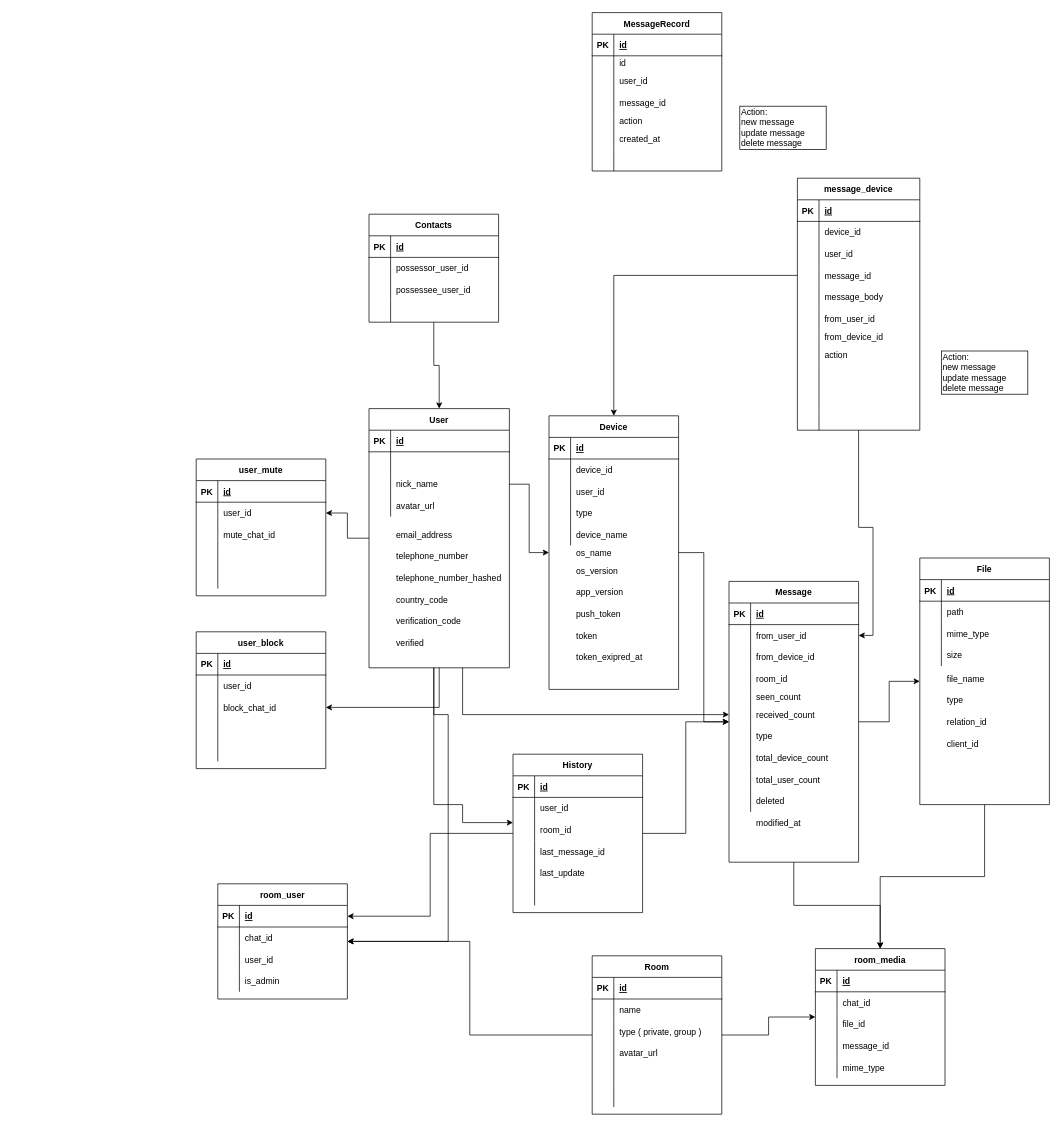
Before: documents/database.drawio in cloverstudio/Spika3, a draw.io diagram. Source tidied: cells renumbered, new cells numbered last; positions are measured from the earlier drawing's top-left corner, leaving out a move shared by most shapes. Both pictures are drawn from the tidied source at 72%, with x=0, y=0 at pixel (196, 12).
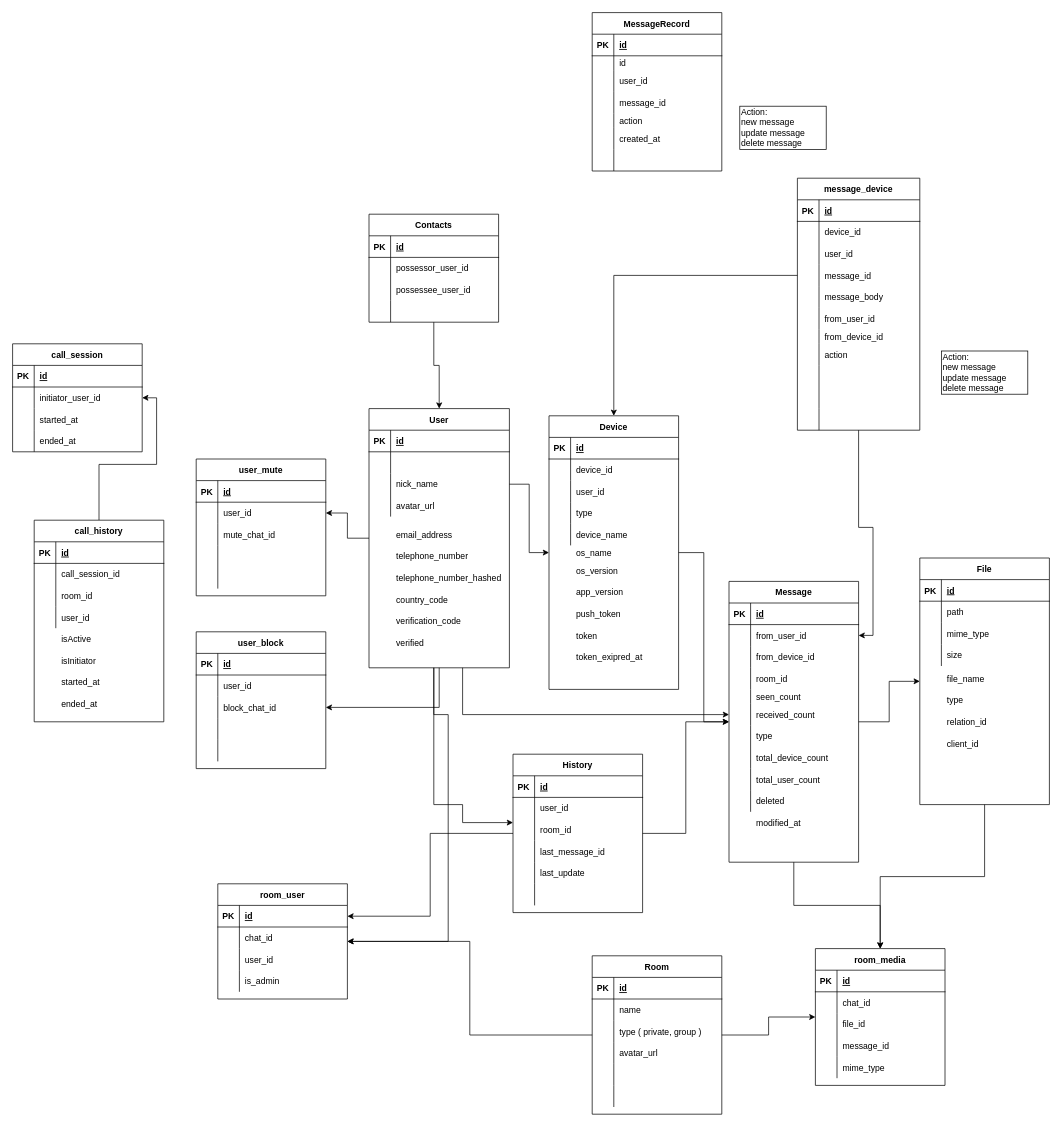
The same page after the edit.

What changed in the source:
```diff
@@
+    <mxCell id="280" value="call_session" style="shape=table;startSize=30;childLayout=tableLayout;rowLines=0;fontStyle=1;align=center;" parent="1" vertex="1">
+      <mxGeometry x="-255" y="460" width="180" height="150" as="geometry" />
+    </mxCell>
+    <mxCell id="281" style="shape=partialRectangle;fillColor=none;top=0;left=0;bottom=1;right=0;" parent="280" vertex="1">
+      <mxGeometry y="30" width="180" height="30" as="geometry" />
+    </mxCell>
+    <mxCell id="282" value="PK" style="shape=partialRectangle;fillColor=none;top=0;left=0;bottom=0;right=0;fontStyle=1;overflow=hidden;" parent="281" vertex="1">
+      <mxGeometry width="30" height="30" as="geometry" />
+    </mxCell>
+    <mxCell id="283" value="id" style="shape=partialRectangle;fillColor=none;top=0;left=0;bottom=0;right=0;align=left;spacingLeft=6;fontStyle=5;overflow=hidden;" parent="281" vertex="1">
+      <mxGeometry x="30" width="150" height="30" as="geometry" />
+    </mxCell>
+    <mxCell id="284" style="shape=partialRectangle;fillColor=none;top=0;left=0;bottom=0;right=0;points=[[0,0.5],[1,0.5]];portConstraint=eastwest;" parent="280" vertex="1">
+      <mxGeometry y="60" width="180" height="30" as="geometry" />
+    </mxCell>
+    <mxCell id="285" style="shape=partialRectangle;fillColor=none;top=0;left=0;bottom=0;right=0;overflow=hidden;" parent="284" vertex="1">
+      <mxGeometry width="30" height="30" as="geometry" />
+    </mxCell>
+    <mxCell id="286" style="shape=partialRectangle;fillColor=none;top=0;left=0;bottom=0;right=0;align=left;spacingLeft=6;overflow=hidden;" parent="284" vertex="1">
+      <mxGeometry x="30" width="150" height="30" as="geometry" />
+    </mxCell>
+    <mxCell id="287" style="shape=partialRectangle;fillColor=none;top=0;left=0;bottom=0;right=0;" parent="280" vertex="1">
+      <mxGeometry y="90" width="180" height="30" as="geometry" />
+    </mxCell>
+    <mxCell id="288" style="shape=partialRectangle;fillColor=none;top=0;left=0;bottom=0;right=0;overflow=hidden;" parent="287" vertex="1">
+      <mxGeometry width="30" height="30" as="geometry" />
+    </mxCell>
+    <mxCell id="289" value="started_at" style="shape=partialRectangle;fillColor=none;top=0;left=0;bottom=0;right=0;align=left;spacingLeft=6;overflow=hidden;" parent="287" vertex="1">
+      <mxGeometry x="30" width="150" height="30" as="geometry" />
+    </mxCell>
+    <mxCell id="290" style="shape=partialRectangle;fillColor=none;top=0;left=0;bottom=0;right=0;" parent="280" vertex="1">
+      <mxGeometry y="120" width="180" height="30" as="geometry" />
+    </mxCell>
+    <mxCell id="291" style="shape=partialRectangle;fillColor=none;top=0;left=0;bottom=0;right=0;overflow=hidden;" parent="290" vertex="1">
+      <mxGeometry width="30" height="30" as="geometry" />
+    </mxCell>
+    <mxCell id="292" value="ended_at" style="shape=partialRectangle;fillColor=none;top=0;left=0;bottom=0;right=0;align=left;spacingLeft=6;overflow=hidden;" parent="290" vertex="1">
+      <mxGeometry x="30" width="150" height="30" as="geometry" />
+    </mxCell>
+    <mxCell id="293" style="edgeStyle=orthogonalEdgeStyle;rounded=0;jettySize=auto;html=1;" parent="1" edge="1" source="294" target="284">
+      <mxGeometry relative="1" as="geometry" />
+    </mxCell>
+    <mxCell id="294" value="call_history" style="shape=table;startSize=30;childLayout=tableLayout;rowLines=0;fontStyle=1;align=center;" parent="1" vertex="1">
+      <mxGeometry x="-225" y="705" width="180" height="280" as="geometry" />
+    </mxCell>
+    <mxCell id="295" style="shape=partialRectangle;fillColor=none;top=0;left=0;bottom=1;right=0;" parent="294" vertex="1">
+      <mxGeometry y="30" width="180" height="30" as="geometry" />
+    </mxCell>
+    <mxCell id="296" value="PK" style="shape=partialRectangle;fillColor=none;top=0;left=0;bottom=0;right=0;fontStyle=1;overflow=hidden;" parent="295" vertex="1">
+      <mxGeometry width="30" height="30" as="geometry" />
+    </mxCell>
+    <mxCell id="297" value="id" style="shape=partialRectangle;fillColor=none;top=0;left=0;bottom=0;right=0;align=left;spacingLeft=6;fontStyle=5;overflow=hidden;" parent="295" vertex="1">
+      <mxGeometry x="30" width="150" height="30" as="geometry" />
+    </mxCell>
+    <mxCell id="298" style="shape=partialRectangle;fillColor=none;top=0;left=0;bottom=0;right=0;" parent="294" vertex="1">
+      <mxGeometry y="60" width="180" height="30" as="geometry" />
+    </mxCell>
+    <mxCell id="299" style="shape=partialRectangle;fillColor=none;top=0;left=0;bottom=0;right=0;overflow=hidden;" parent="298" vertex="1">
+      <mxGeometry width="30" height="30" as="geometry" />
+    </mxCell>
+    <mxCell id="300" value="call_session_id" style="shape=partialRectangle;fillColor=none;top=0;left=0;bottom=0;right=0;align=left;spacingLeft=6;overflow=hidden;" parent="298" vertex="1">
+      <mxGeometry x="30" width="150" height="30" as="geometry" />
+    </mxCell>
+    <mxCell id="301" style="shape=partialRectangle;fillColor=none;top=0;left=0;bottom=0;right=0;" parent="294" vertex="1">
+      <mxGeometry y="90" width="180" height="30" as="geometry" />
+    </mxCell>
+    <mxCell id="302" style="shape=partialRectangle;fillColor=none;top=0;left=0;bottom=0;right=0;overflow=hidden;" parent="301" vertex="1">
+      <mxGeometry width="30" height="30" as="geometry" />
+    </mxCell>
+    <mxCell id="303" value="room_id" style="shape=partialRectangle;fillColor=none;top=0;left=0;bottom=0;right=0;align=left;spacingLeft=6;overflow=hidden;" parent="301" vertex="1">
+      <mxGeometry x="30" width="150" height="30" as="geometry" />
+    </mxCell>
+    <mxCell id="304" style="shape=partialRectangle;fillColor=none;top=0;left=0;bottom=0;right=0;" parent="294" vertex="1">
+      <mxGeometry y="120" width="180" height="30" as="geometry" />
+    </mxCell>
+    <mxCell id="305" style="shape=partialRectangle;fillColor=none;top=0;left=0;bottom=0;right=0;overflow=hidden;" parent="304" vertex="1">
+      <mxGeometry width="30" height="30" as="geometry" />
+    </mxCell>
+    <mxCell id="306" style="shape=partialRectangle;fillColor=none;top=0;left=0;bottom=0;right=0;align=left;spacingLeft=6;overflow=hidden;" parent="304" vertex="1">
+      <mxGeometry x="30" width="150" height="30" as="geometry" />
+    </mxCell>
+    <mxCell id="307" value="user_id" style="shape=partialRectangle;fillColor=none;top=0;left=0;bottom=0;right=0;align=left;spacingLeft=6;overflow=hidden;" parent="1" vertex="1">
+      <mxGeometry x="-195" y="825" width="150" height="30" as="geometry" />
+    </mxCell>
+    <mxCell id="308" value="isActive" style="shape=partialRectangle;fillColor=none;top=0;left=0;bottom=0;right=0;align=left;spacingLeft=6;overflow=hidden;" parent="1" vertex="1">
+      <mxGeometry x="-195" y="855" width="150" height="30" as="geometry" />
+    </mxCell>
+    <mxCell id="309" value="isInitiator" style="shape=partialRectangle;fillColor=none;top=0;left=0;bottom=0;right=0;align=left;spacingLeft=6;overflow=hidden;" parent="1" vertex="1">
+      <mxGeometry x="-195" y="885" width="150" height="30" as="geometry" />
+    </mxCell>
+    <mxCell id="310" value="started_at" style="shape=partialRectangle;fillColor=none;top=0;left=0;bottom=0;right=0;align=left;spacingLeft=6;overflow=hidden;" parent="1" vertex="1">
+      <mxGeometry x="-195" y="915" width="150" height="30" as="geometry" />
+    </mxCell>
+    <mxCell id="311" value="ended_at" style="shape=partialRectangle;fillColor=none;top=0;left=0;bottom=0;right=0;align=left;spacingLeft=6;overflow=hidden;" parent="1" vertex="1">
+      <mxGeometry x="-195" y="945" width="150" height="30" as="geometry" />
+    </mxCell>
+    <mxCell id="312" value="initiator_user_id" style="shape=partialRectangle;fillColor=none;top=0;left=0;bottom=0;right=0;align=left;spacingLeft=6;overflow=hidden;" parent="1" vertex="1">
+      <mxGeometry x="-225" y="520" width="150" height="30" as="geometry" />
+    </mxCell>
```
